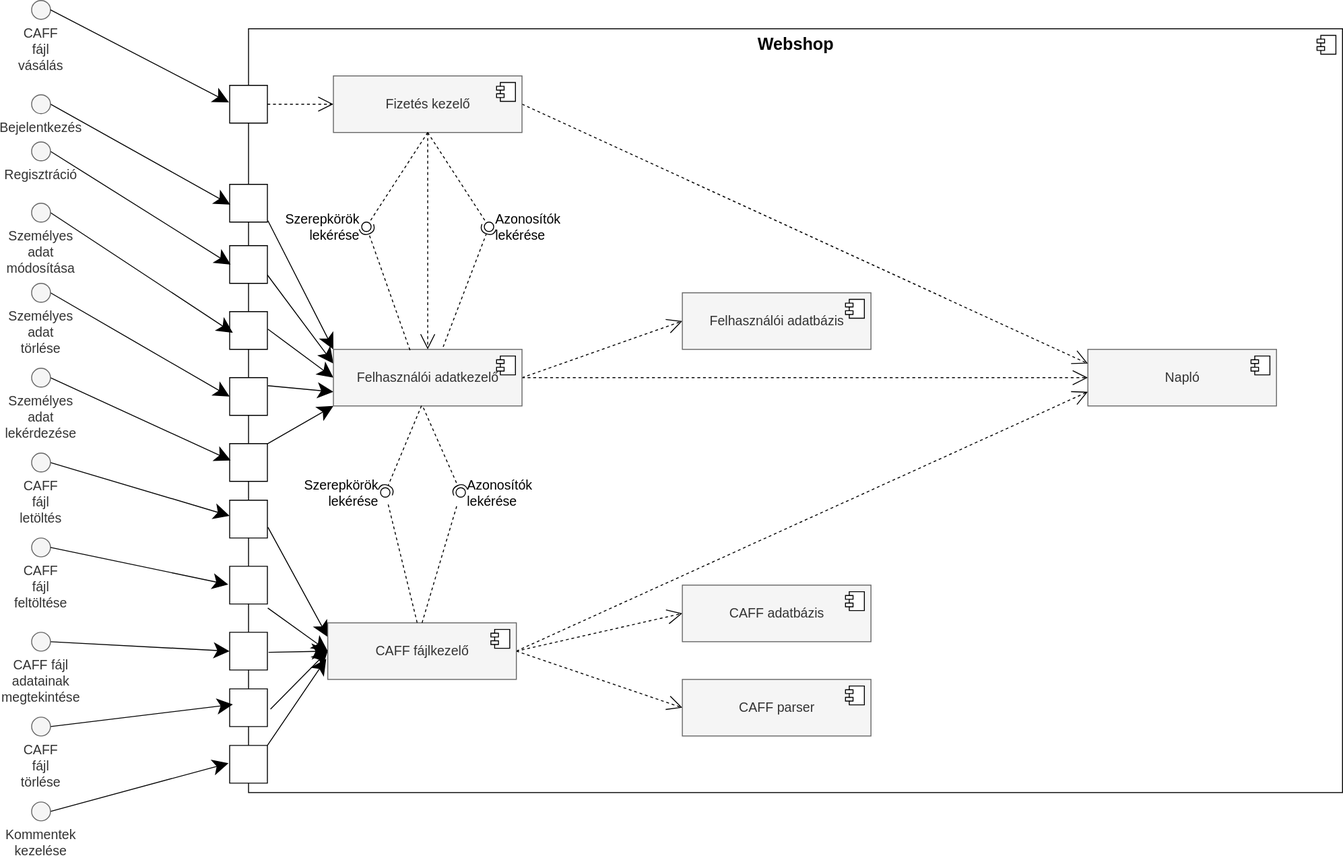
The draw.io diagram Pictures/Component_diagram.svg in Fylota/hagyma_crysys, before a commit. Source tidied: cells renumbered, new cells last; positions are measured from the earlier drawing's top-left corner, leaving out a move shared by most shapes.
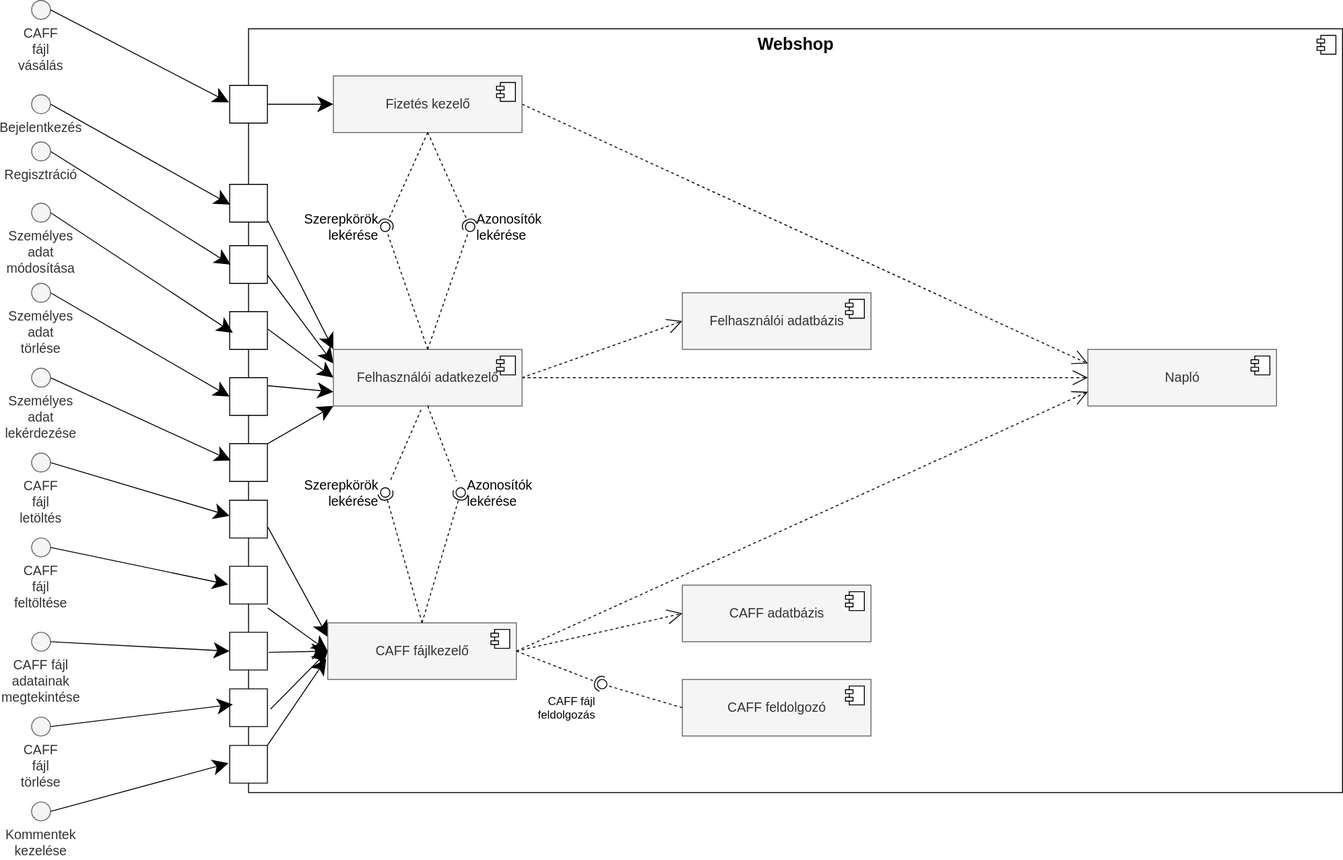
The same file after the commit.

Commit message:
component diagram problems fixed

Diff of the diagram source:
```diff
@@ -84,9 +84,6 @@
     <mxCell id="27" style="edgeStyle=none;curved=1;rounded=0;jettySize=auto;html=1;exitX=1;exitY=0.5;exitDx=0;exitDy=0;entryX=0;entryY=0.75;entryDx=0;entryDy=0;dashed=1;fontSize=14;endArrow=open;endFill=0;startSize=14;endSize=14;sourcePerimeterSpacing=8;targetPerimeterSpacing=8;" parent="1" edge="1" source="29" target="53">
       <mxGeometry relative="1" as="geometry" />
     </mxCell>
-    <mxCell id="28" style="edgeStyle=none;rounded=0;jettySize=auto;html=1;entryX=0;entryY=0.5;entryDx=0;entryDy=0;endSize=14;exitX=1;exitY=0.5;exitDx=0;exitDy=0;dashed=1;endArrow=open;endFill=0;" parent="1" edge="1" source="29" target="69">
-      <mxGeometry relative="1" as="geometry" />
-    </mxCell>
     <mxCell id="29" value="&lt;font style=&quot;font-size: 14px&quot;&gt;CAFF fájlkezelő&lt;/font&gt;" style="html=1;hachureGap=4;align=center;verticalAlign=middle;fillColor=#f5f5f5;strokeColor=#666666;fontColor=#333333;" parent="1" vertex="1">
       <mxGeometry x="314" y="660" width="200" height="60" as="geometry" />
     </mxCell>
@@ -173,19 +170,19 @@
         <mxPoint x="-27" y="7" as="offset" />
       </mxGeometry>
     </mxCell>
-    <mxCell id="55" style="rounded=0;jettySize=auto;html=1;endArrow=none;endFill=0;startSize=14;endSize=14;sourcePerimeterSpacing=8;targetPerimeterSpacing=8;dashed=1;fontSize=14;exitX=0.474;exitY=-0.003;exitDx=0;exitDy=0;exitPerimeter=0;" parent="1" edge="1" source="29" target="57">
+    <mxCell id="55" style="rounded=0;jettySize=auto;html=1;endArrow=none;endFill=0;startSize=14;endSize=14;sourcePerimeterSpacing=8;targetPerimeterSpacing=8;dashed=1;fontSize=14;exitX=0.465;exitY=1.067;exitDx=0;exitDy=0;exitPerimeter=0;" parent="1" edge="1" source="24" target="57">
       <mxGeometry relative="1" as="geometry" />
     </mxCell>
-    <mxCell id="56" style="rounded=0;jettySize=auto;html=1;endArrow=halfCircle;endFill=0;entryX=0.5;entryY=0.5;entryDx=0;entryDy=0;endSize=6;strokeWidth=1;sourcePerimeterSpacing=8;targetPerimeterSpacing=8;dashed=1;fontSize=14;exitX=0.467;exitY=0.997;exitDx=0;exitDy=0;exitPerimeter=0;" parent="1" edge="1" source="24" target="57">
+    <mxCell id="56" style="rounded=0;jettySize=auto;html=1;endArrow=halfCircle;endFill=0;entryX=0.5;entryY=0.5;entryDx=0;entryDy=0;endSize=6;strokeWidth=1;sourcePerimeterSpacing=8;targetPerimeterSpacing=8;dashed=1;fontSize=14;exitX=0.5;exitY=0;exitDx=0;exitDy=0;" parent="1" edge="1" source="29" target="57">
       <mxGeometry relative="1" as="geometry" />
     </mxCell>
     <mxCell id="57" value="&lt;font style=&quot;font-size: 14px&quot;&gt;Szerepkörök lekérése&lt;/font&gt;" style="ellipse;whiteSpace=wrap;html=1;fontFamily=Helvetica;fontSize=12;fontColor=#000000;align=right;strokeColor=#000000;fillColor=#ffffff;points=[];hachureGap=4;rotation=0;direction=south;labelPosition=left;verticalLabelPosition=middle;verticalAlign=middle;" parent="1" vertex="1">
       <mxGeometry x="370" y="516.7" width="10" height="10" as="geometry" />
     </mxCell>
-    <mxCell id="58" style="rounded=0;jettySize=auto;html=1;endArrow=none;endFill=0;startSize=14;endSize=14;sourcePerimeterSpacing=8;targetPerimeterSpacing=8;dashed=1;fontSize=14;exitX=0.5;exitY=0;exitDx=0;exitDy=0;" parent="1" edge="1" source="29" target="60">
+    <mxCell id="58" style="rounded=0;jettySize=auto;html=1;endArrow=none;endFill=0;startSize=14;endSize=14;sourcePerimeterSpacing=8;targetPerimeterSpacing=8;dashed=1;fontSize=14;exitX=0.5;exitY=1;exitDx=0;exitDy=0;" parent="1" edge="1" source="24" target="60">
       <mxGeometry relative="1" as="geometry" />
     </mxCell>
-    <mxCell id="59" style="rounded=0;jettySize=auto;html=1;endArrow=halfCircle;endFill=0;entryX=0.5;entryY=0.5;entryDx=0;entryDy=0;endSize=6;strokeWidth=1;sourcePerimeterSpacing=8;targetPerimeterSpacing=8;dashed=1;fontSize=14;exitX=0.477;exitY=1.032;exitDx=0;exitDy=0;exitPerimeter=0;" parent="1" edge="1" source="24" target="60">
+    <mxCell id="59" style="rounded=0;jettySize=auto;html=1;endArrow=halfCircle;endFill=0;entryX=0.5;entryY=0.5;entryDx=0;entryDy=0;endSize=6;strokeWidth=1;sourcePerimeterSpacing=8;targetPerimeterSpacing=8;dashed=1;fontSize=14;exitX=0.5;exitY=0;exitDx=0;exitDy=0;" parent="1" edge="1" source="29" target="60">
       <mxGeometry relative="1" as="geometry" />
     </mxCell>
     <mxCell id="60" value="&lt;font style=&quot;font-size: 14px&quot;&gt;Azonosítók lekérése&lt;/font&gt;" style="ellipse;whiteSpace=wrap;html=1;fontFamily=Helvetica;fontSize=12;fontColor=#000000;align=left;strokeColor=#000000;fillColor=#ffffff;points=[];hachureGap=4;labelPosition=right;verticalLabelPosition=middle;verticalAlign=middle;" parent="1" vertex="1">
@@ -200,7 +197,7 @@
     <mxCell id="63" style="edgeStyle=none;curved=1;rounded=0;jettySize=auto;html=1;exitX=1;exitY=0.5;exitDx=0;exitDy=0;entryX=-0.036;entryY=0.485;entryDx=0;entryDy=0;entryPerimeter=0;fontSize=14;endArrow=classic;endFill=1;startSize=14;endSize=14;sourcePerimeterSpacing=8;targetPerimeterSpacing=8;" parent="1" edge="1" source="62" target="61">
       <mxGeometry relative="1" as="geometry" />
     </mxCell>
-    <mxCell id="64" style="edgeStyle=none;rounded=0;jettySize=auto;html=1;entryX=0;entryY=0.5;entryDx=0;entryDy=0;dashed=1;fontSize=14;endArrow=open;endFill=0;endSize=14;" parent="1" edge="1" source="65" target="73">
+    <mxCell id="64" style="edgeStyle=none;rounded=0;jettySize=auto;html=1;entryX=0;entryY=0.5;entryDx=0;entryDy=0;fontSize=14;endArrow=classic;endFill=1;endSize=14;" parent="1" edge="1" source="65" target="73">
       <mxGeometry relative="1" as="geometry" />
     </mxCell>
     <mxCell id="65" style="verticalLabelPosition=bottom;verticalAlign=top;html=1;shape=mxgraph.basic.rect;fillColor2=none;strokeWidth=1;size=20;indent=5;hachureGap=4;" parent="1" vertex="1">
@@ -215,7 +212,7 @@
     <mxCell id="68" style="edgeStyle=none;curved=1;rounded=0;jettySize=auto;html=1;entryX=0;entryY=0.5;entryDx=0;entryDy=0;fontSize=14;endArrow=classic;endFill=1;startSize=14;endSize=14;sourcePerimeterSpacing=8;targetPerimeterSpacing=8;exitX=1.011;exitY=1.108;exitDx=0;exitDy=0;exitPerimeter=0;" parent="1" edge="1" source="61" target="29">
       <mxGeometry relative="1" as="geometry" />
     </mxCell>
-    <mxCell id="69" value="&lt;font style=&quot;font-size: 14px&quot;&gt;CAFF parser&lt;br&gt;&lt;/font&gt;" style="html=1;hachureGap=4;align=center;verticalAlign=middle;fillColor=#f5f5f5;strokeColor=#666666;fontColor=#333333;" parent="1" vertex="1">
+    <mxCell id="69" value="&lt;font style=&quot;font-size: 14px&quot;&gt;CAFF feldolgozó&lt;br&gt;&lt;/font&gt;" style="html=1;hachureGap=4;align=center;verticalAlign=middle;fillColor=#f5f5f5;strokeColor=#666666;fontColor=#333333;" parent="1" vertex="1">
       <mxGeometry x="690" y="720" width="200" height="60" as="geometry" />
     </mxCell>
     <mxCell id="70" style="shape=module;jettyWidth=8;jettyHeight=4;" parent="69" vertex="1">
@@ -226,9 +223,6 @@
     <mxCell id="71" style="edgeStyle=none;rounded=0;jettySize=auto;html=1;entryX=0;entryY=0.25;entryDx=0;entryDy=0;dashed=1;fontSize=14;endArrow=open;endFill=0;endSize=14;exitX=1;exitY=0.5;exitDx=0;exitDy=0;" parent="1" edge="1" source="73" target="53">
       <mxGeometry relative="1" as="geometry" />
     </mxCell>
-    <mxCell id="72" style="edgeStyle=none;rounded=0;jettySize=auto;html=1;entryX=0.5;entryY=0;entryDx=0;entryDy=0;dashed=1;fontSize=14;endArrow=open;endFill=0;endSize=14;" parent="1" edge="1" source="73" target="24">
-      <mxGeometry relative="1" as="geometry" />
-    </mxCell>
     <mxCell id="73" value="&lt;font style=&quot;font-size: 14px;&quot;&gt;Fizetés kezelő&lt;/font&gt;" style="html=1;hachureGap=4;align=center;verticalAlign=middle;fillColor=#f5f5f5;strokeColor=#666666;fontColor=#333333;" parent="1" vertex="1">
       <mxGeometry x="320" y="80" width="200" height="60" as="geometry" />
     </mxCell>
@@ -237,23 +231,32 @@
         <mxPoint x="-27" y="7" as="offset" />
       </mxGeometry>
     </mxCell>
-    <mxCell id="75" style="rounded=0;jettySize=auto;html=1;endArrow=none;endFill=0;sketch=0;sourcePerimeterSpacing=0;targetPerimeterSpacing=0;dashed=1;fontSize=14;endSize=14;exitX=0.5;exitY=1;exitDx=0;exitDy=0;" parent="1" edge="1" source="73" target="77">
+    <mxCell id="75" style="rounded=0;jettySize=auto;html=1;endArrow=none;endFill=0;sketch=0;sourcePerimeterSpacing=0;targetPerimeterSpacing=0;dashed=1;fontSize=14;endSize=14;exitX=0.5;exitY=0;exitDx=0;exitDy=0;" parent="1" edge="1" source="24" target="77">
       <mxGeometry relative="1" as="geometry" />
     </mxCell>
-    <mxCell id="76" style="rounded=0;jettySize=auto;html=1;endArrow=halfCircle;endFill=0;entryX=0.5;entryY=0.5;endSize=6;strokeWidth=1;sketch=0;dashed=1;fontSize=14;exitX=0.582;exitY=-0.044;exitDx=0;exitDy=0;exitPerimeter=0;" parent="1" edge="1" source="24" target="77">
+    <mxCell id="76" style="rounded=0;jettySize=auto;html=1;endArrow=halfCircle;endFill=0;entryX=0.5;entryY=0.5;endSize=6;strokeWidth=1;sketch=0;dashed=1;fontSize=14;exitX=0.5;exitY=1;exitDx=0;exitDy=0;" parent="1" edge="1" source="73" target="77">
       <mxGeometry relative="1" as="geometry" />
     </mxCell>
     <mxCell id="77" value="Azonosítók lekérése" style="ellipse;whiteSpace=wrap;html=1;align=left;points=[];outlineConnect=0;sketch=0;fontSize=14;labelPosition=right;verticalLabelPosition=middle;verticalAlign=middle;" parent="1" vertex="1">
-      <mxGeometry x="480" y="235" width="10" height="10" as="geometry" />
+      <mxGeometry x="460" y="235" width="10" height="10" as="geometry" />
     </mxCell>
-    <mxCell id="78" style="rounded=0;jettySize=auto;html=1;endArrow=none;endFill=0;sketch=0;sourcePerimeterSpacing=0;targetPerimeterSpacing=0;dashed=1;fontSize=14;endSize=14;labelPosition=left;verticalLabelPosition=middle;align=right;verticalAlign=middle;exitX=0.5;exitY=1;exitDx=0;exitDy=0;" parent="1" edge="1" source="73" target="80">
+    <mxCell id="78" style="rounded=0;jettySize=auto;html=1;endArrow=none;endFill=0;sketch=0;sourcePerimeterSpacing=0;targetPerimeterSpacing=0;dashed=1;fontSize=14;endSize=14;labelPosition=left;verticalLabelPosition=middle;align=right;verticalAlign=middle;exitX=0.5;exitY=0;exitDx=0;exitDy=0;" parent="1" edge="1" source="24" target="80">
       <mxGeometry relative="1" as="geometry" />
     </mxCell>
-    <mxCell id="79" style="rounded=0;jettySize=auto;html=1;endArrow=halfCircle;endFill=0;entryX=0.5;entryY=0.5;endSize=6;strokeWidth=1;sketch=0;dashed=1;fontSize=14;exitX=0.406;exitY=0.015;exitDx=0;exitDy=0;exitPerimeter=0;" parent="1" edge="1" source="24" target="80">
+    <mxCell id="79" style="rounded=0;jettySize=auto;html=1;endArrow=halfCircle;endFill=0;entryX=0.5;entryY=0.5;endSize=6;strokeWidth=1;sketch=0;dashed=1;fontSize=14;exitX=0.5;exitY=1;exitDx=0;exitDy=0;" parent="1" edge="1" source="73" target="80">
       <mxGeometry relative="1" as="geometry" />
     </mxCell>
     <mxCell id="80" value="Szerepkörök lekérése" style="ellipse;whiteSpace=wrap;html=1;align=right;points=[];outlineConnect=0;sketch=0;fontSize=14;labelPosition=left;verticalLabelPosition=middle;verticalAlign=middle;" parent="1" vertex="1">
-      <mxGeometry x="350" y="235" width="10" height="10" as="geometry" />
+      <mxGeometry x="370" y="235" width="10" height="10" as="geometry" />
     </mxCell>
+    <mxCell id="81" style="rounded=0;jettySize=auto;html=1;endArrow=none;endFill=0;sketch=0;sourcePerimeterSpacing=0;targetPerimeterSpacing=0;dashed=1;strokeWidth=1;endSize=14;exitX=0;exitY=0.5;exitDx=0;exitDy=0;" parent="1" edge="1" source="69" target="83">
+      <mxGeometry relative="1" as="geometry" />
+    </mxCell>
+    <mxCell id="82" style="rounded=0;jettySize=auto;html=1;endArrow=halfCircle;endFill=0;entryX=0.5;entryY=0.5;endSize=6;strokeWidth=1;sketch=0;dashed=1;exitX=1;exitY=0.5;exitDx=0;exitDy=0;" parent="1" edge="1" source="29" target="83">
+      <mxGeometry relative="1" as="geometry" />
+    </mxCell>
+    <mxCell id="83" value="CAFF fájl feldolgozás" style="ellipse;whiteSpace=wrap;html=1;align=right;points=[];outlineConnect=0;sketch=0;labelPosition=left;verticalLabelPosition=bottom;verticalAlign=top;" parent="1" vertex="1">
+      <mxGeometry x="600" y="720" width="10" height="10" as="geometry" />
+    </mxCell>
   </root>
 </mxGraphModel>
```
